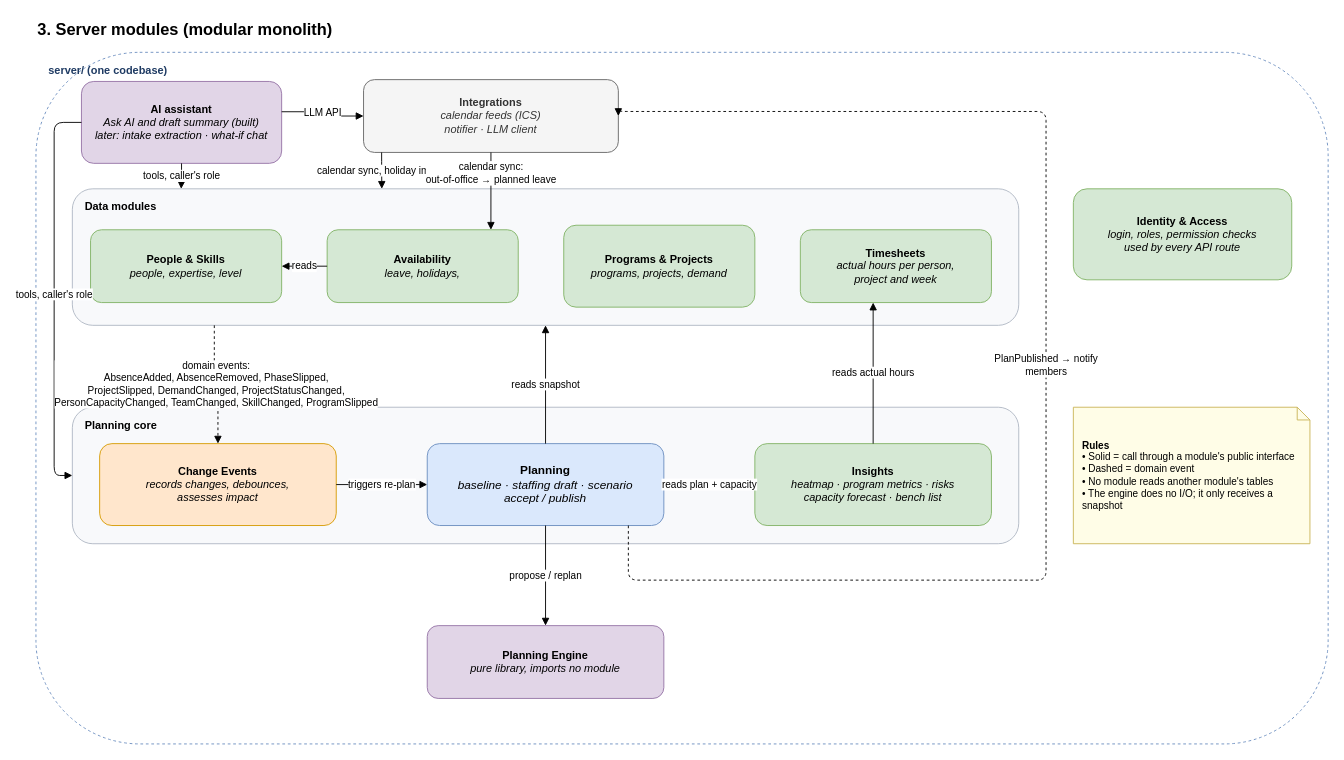
Before: page "3. Server modules" (3 of 9) of docs/architecture.drawio in dophnamm/the-slot-finder, a draw.io diagram. Source tidied: cells renumbered, new cells numbered last; positions are measured from the earlier drawing's top-left corner, leaving out a move shared by most shapes. Both pictures are drawn from the tidied source at 91%, with x=0, y=0 at pixel (35, 15).
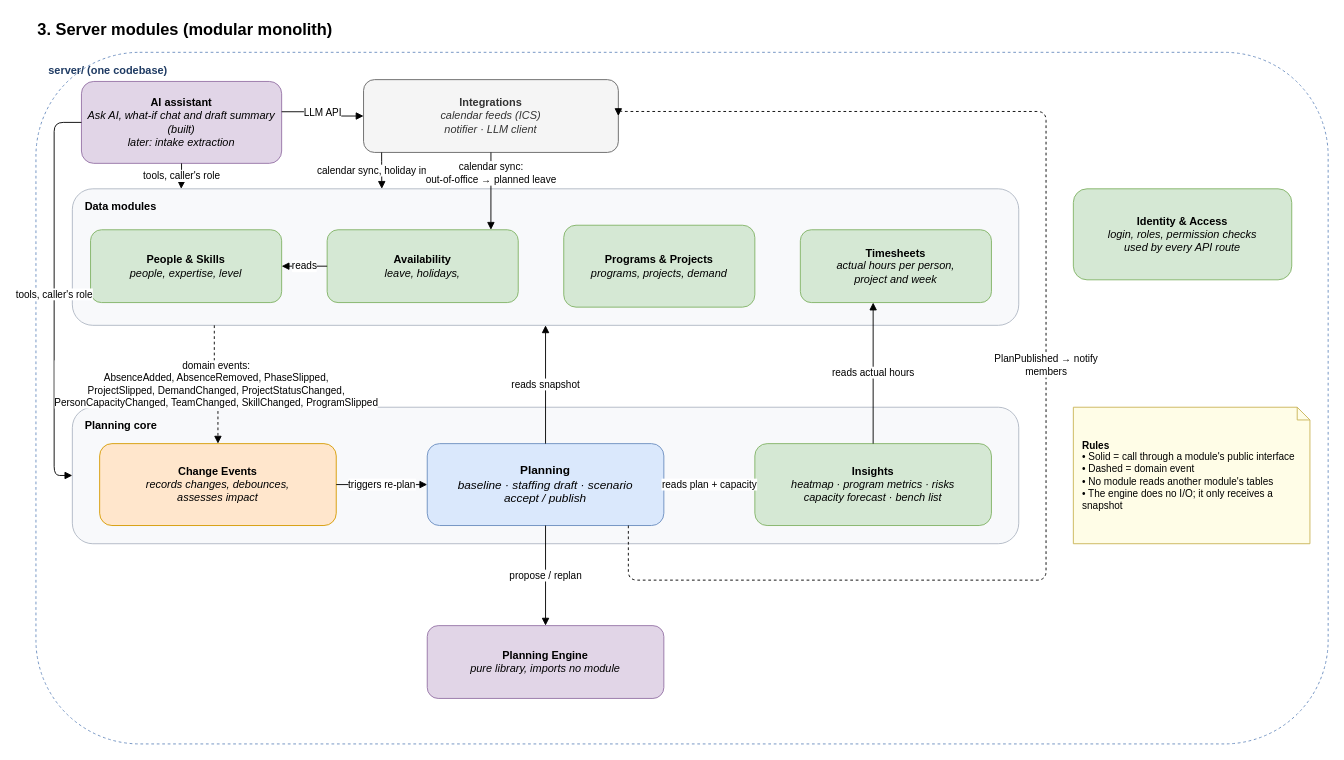
Above is the later version.

Commit message (it also covers changes not shown here):
docs: describe the what-if chat

Diff of the diagram source:
```diff
@@
-    <mxCell id="5" value="&lt;b&gt;AI assistant&lt;/b&gt;&lt;br&gt;&lt;i&gt;Ask AI and draft summary (built)&lt;br&gt;later: intake extraction · what-if chat&lt;/i&gt;" style="rounded=1;whiteSpace=wrap;html=1;fillColor=#e1d5e7;strokeColor=#9673a6;" parent="1" vertex="1">
+    <mxCell id="5" value="&lt;b&gt;AI assistant&lt;/b&gt;&lt;br&gt;&lt;i&gt;Ask AI, what-if chat and draft summary (built)&lt;br&gt;later: intake extraction&lt;/i&gt;" style="rounded=1;whiteSpace=wrap;html=1;fillColor=#e1d5e7;strokeColor=#9673a6;" parent="1" vertex="1">
       <mxGeometry x="50" y="72" width="220" height="90" as="geometry" />
     </mxCell>
```
